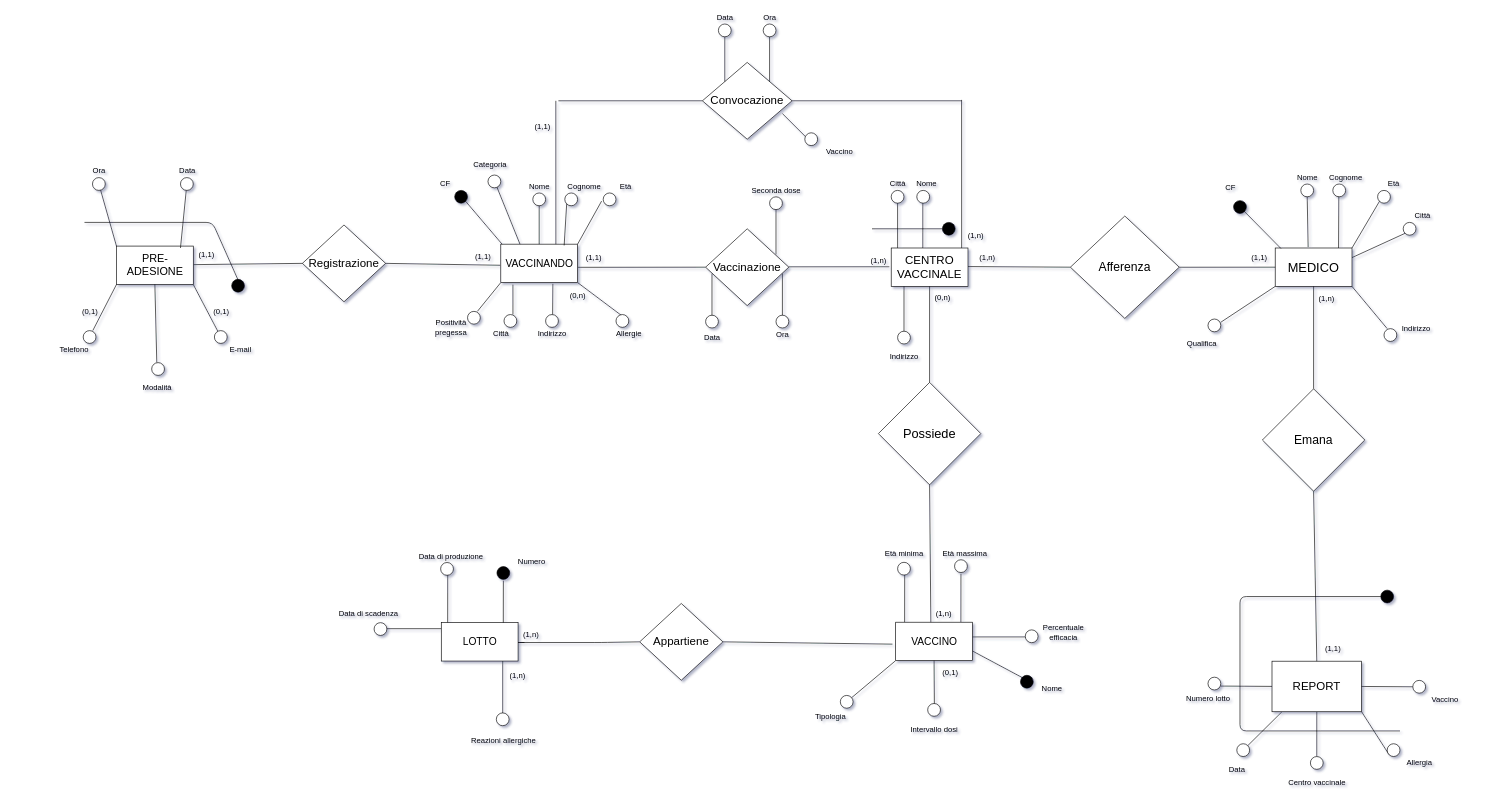
Before: bd/Schema E/ERsenzagen.drawio in shaggyishere/VaccineDatabase, a draw.io diagram. Source tidied: cells renumbered, new cells numbered last; positions are measured from the earlier drawing's top-left corner, leaving out a move shared by most shapes. Both pictures are drawn from the tidied source at 64%, with x=0, y=0 at pixel (54, 11).
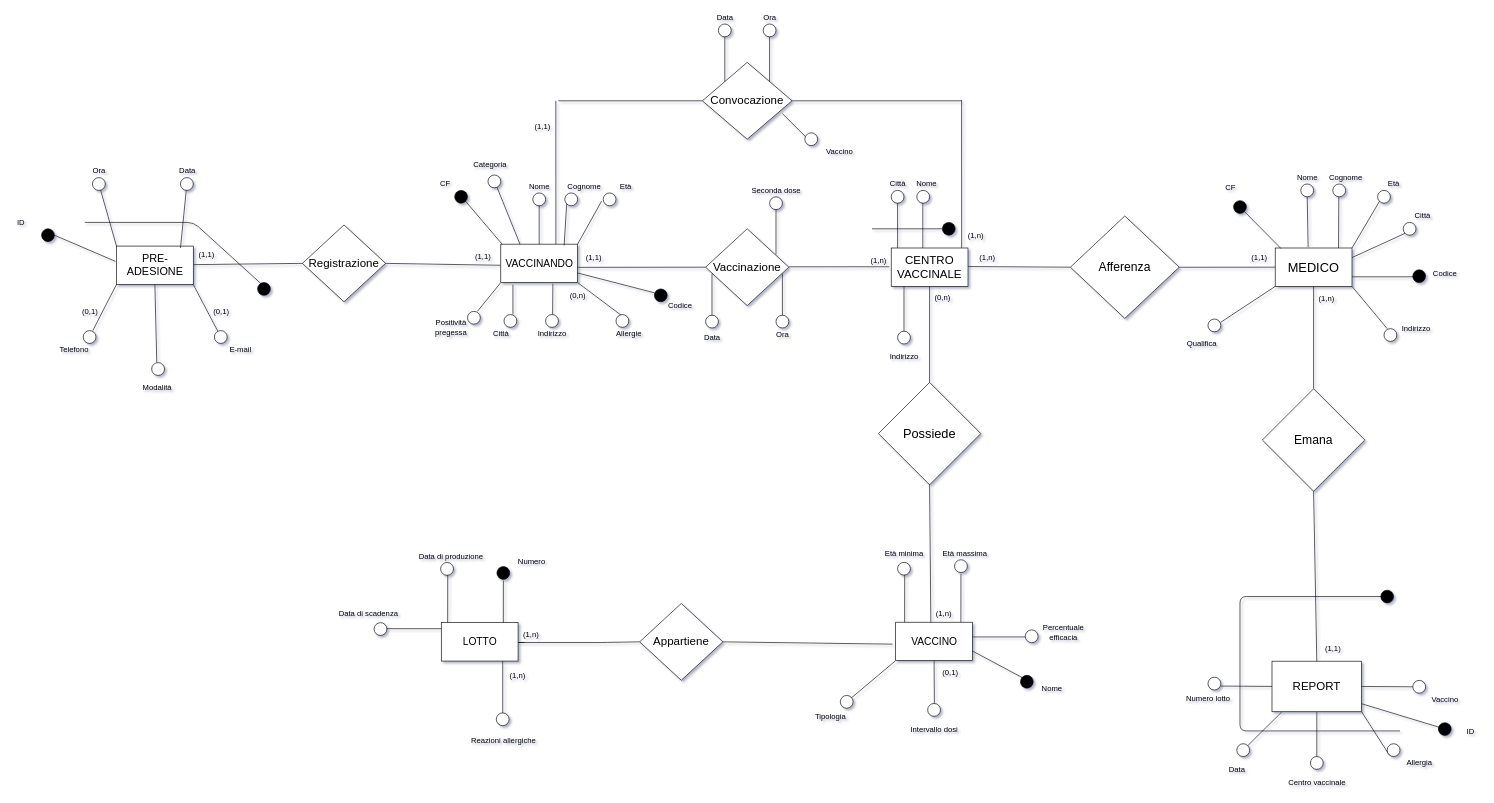
After the change.

Commit message:
Aggiunti identificatori principali

The change refers to these unchanged cells:
```xml
<mxCell id="81" value="&lt;font style=&quot;font-size: 18px&quot;&gt;REPORT&lt;/font&gt;" style="rounded=0;whiteSpace=wrap;html=1;" parent="1" vertex="1">
  <mxGeometry x="1903" y="1015.6" width="140" height="79" as="geometry" />
</mxCell>
<mxCell id="92" value="&lt;font style=&quot;font-size: 17px&quot;&gt;PRE-ADESIONE&lt;/font&gt;" style="rounded=0;whiteSpace=wrap;html=1;" parent="1" vertex="1">
  <mxGeometry x="97.5" y="367" width="120" height="60" as="geometry" />
</mxCell>
<mxCell id="113" style="rounded=0;whiteSpace=wrap;html=1;" parent="1" vertex="1">
  <mxGeometry x="698" y="364" width="120" height="60" as="geometry" />
</mxCell>
<mxCell id="169" value="&lt;blockquote style=&quot;font-size: 20px&quot;&gt;MEDICO&lt;/blockquote&gt;" style="whiteSpace=wrap;html=1;strokeWidth=1;fillColor=#FFFFFF;" parent="1" vertex="1">
  <mxGeometry x="1908" y="370" width="120" height="60" as="geometry" />
</mxCell>
```

Diff of the diagram source:
```diff
@@
-    <mxCell id="99" style="endArrow=none;html=1;" parent="1" edge="1">
-      <mxGeometry relative="1" as="geometry">
-        <mxPoint x="287.5" y="420" as="sourcePoint" />
-        <mxPoint x="47.5" y="330" as="targetPoint" />
-        <Array as="points">
-          <mxPoint x="247.5" y="330" />
-        </Array>
-      </mxGeometry>
-    </mxCell>
     <mxCell id="100" style="ellipse;whiteSpace=wrap;html=1;strokeWidth=1;fillColor=#000000;" parent="1" vertex="1">
-      <mxGeometry x="277.5" y="419" width="20" height="20" as="geometry" />
+      <mxGeometry x="-19.5" y="340" width="20" height="20" as="geometry" />
     </mxCell>
@@
+    <mxCell id="194" style="endArrow=none;html=1;exitX=-0.012;exitY=0.399;exitDx=0;exitDy=0;entryX=1;entryY=0.5;entryDx=0;entryDy=0;exitPerimeter=0;" parent="1" edge="1" source="92" target="100">
+      <mxGeometry relative="1" as="geometry" />
+    </mxCell>
+    <mxCell id="195" value="ID" style="text;html=1;align=center;verticalAlign=middle;strokeColor=none;" parent="1" vertex="1">
+      <mxGeometry x="-67" y="320" width="30" height="20" as="geometry" />
+    </mxCell>
+    <mxCell id="196" style="endArrow=none;html=1;entryX=1;entryY=0.75;entryDx=0;entryDy=0;" parent="1" edge="1" target="113">
+      <mxGeometry relative="1" as="geometry">
+        <mxPoint x="938" y="440" as="sourcePoint" />
+      </mxGeometry>
+    </mxCell>
+    <mxCell id="197" style="ellipse;whiteSpace=wrap;html=1;strokeWidth=1;fillColor=#000000;" parent="1" vertex="1">
+      <mxGeometry x="938" y="434" width="20" height="20" as="geometry" />
+    </mxCell>
+    <mxCell id="198" value="Codice" style="text;html=1;align=center;verticalAlign=middle;strokeColor=none;" parent="1" vertex="1">
+      <mxGeometry x="953" y="450" width="50" height="20" as="geometry" />
+    </mxCell>
+    <mxCell id="199" style="endArrow=none;html=1;entryX=1;entryY=0.75;entryDx=0;entryDy=0;" parent="1" edge="1" target="169">
+      <mxGeometry relative="1" as="geometry">
+        <mxPoint x="2128" y="415" as="sourcePoint" />
+      </mxGeometry>
+    </mxCell>
+    <mxCell id="200" style="ellipse;whiteSpace=wrap;html=1;strokeWidth=1;fillColor=#000000;" parent="1" vertex="1">
+      <mxGeometry x="2123" y="404" width="20" height="20" as="geometry" />
+    </mxCell>
+    <mxCell id="201" value="Codice" style="text;html=1;align=center;verticalAlign=middle;strokeColor=none;" parent="1" vertex="1">
+      <mxGeometry x="2148" y="400" width="50" height="20" as="geometry" />
+    </mxCell>
+    <mxCell id="202" style="endArrow=none;html=1;" parent="1" edge="1">
+      <mxGeometry relative="1" as="geometry">
+        <mxPoint x="48" y="330" as="sourcePoint" />
+        <mxPoint x="328" y="430" as="targetPoint" />
+        <Array as="points">
+          <mxPoint x="218" y="330" />
+        </Array>
+      </mxGeometry>
+    </mxCell>
+    <mxCell id="203" style="ellipse;whiteSpace=wrap;html=1;strokeWidth=1;fillColor=#000000;" parent="1" vertex="1">
+      <mxGeometry x="318" y="424" width="20" height="20" as="geometry" />
+    </mxCell>
+    <mxCell id="204" style="endArrow=none;html=1;exitX=1;exitY=0.841;exitDx=0;exitDy=0;exitPerimeter=0;" parent="1" edge="1" source="81">
+      <mxGeometry relative="1" as="geometry">
+        <mxPoint x="2168" y="1120" as="targetPoint" />
+      </mxGeometry>
+    </mxCell>
+    <mxCell id="205" style="ellipse;whiteSpace=wrap;html=1;strokeWidth=1;fillColor=#000000;" parent="1" vertex="1">
+      <mxGeometry x="2163" y="1111.7" width="20" height="20" as="geometry" />
+    </mxCell>
+    <mxCell id="206" value="&lt;div&gt;ID&lt;/div&gt;" style="text;html=1;align=center;verticalAlign=middle;strokeColor=none;" parent="1" vertex="1">
+      <mxGeometry x="2198" y="1116.4" width="30" height="20" as="geometry" />
+    </mxCell>
```
